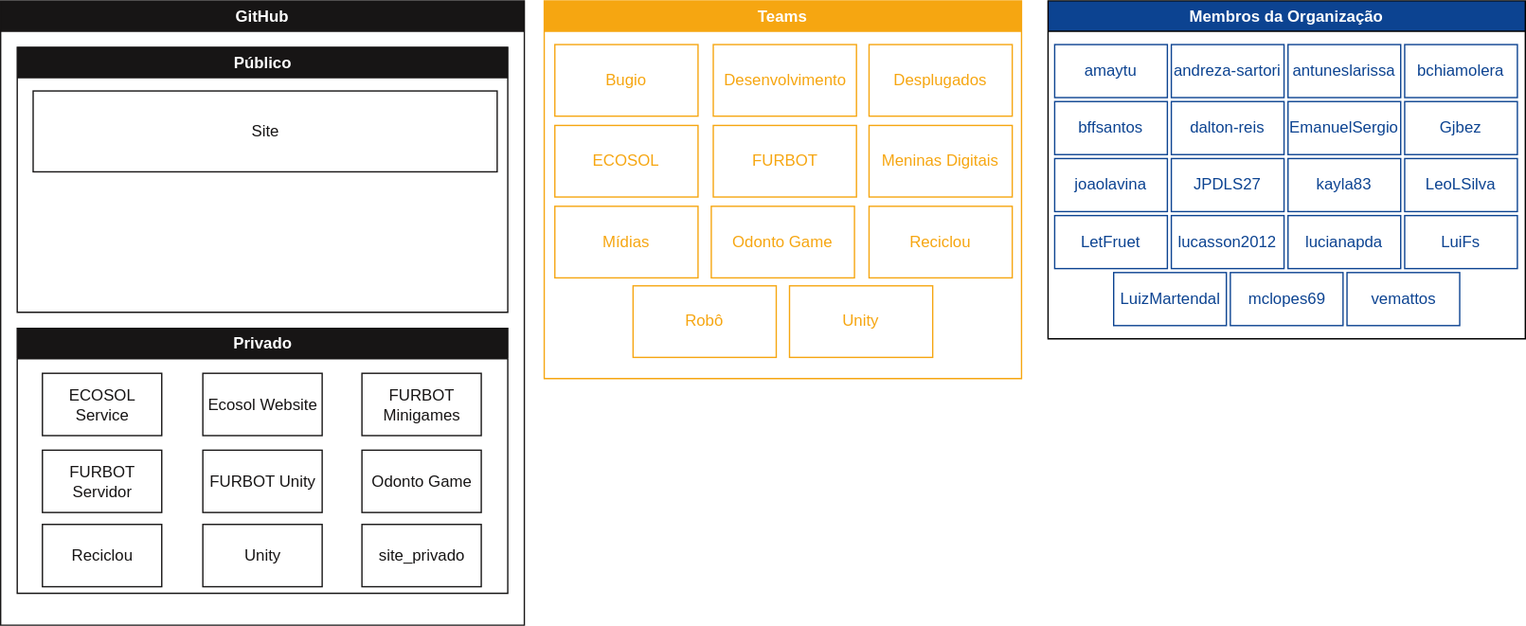
Above: organograma.drawio.svg in LDTTFURB/site (draw.io), before the change. Source tidied: cells renumbered, new cells last; positions are measured from the earlier drawing's top-left corner, leaving out a move shared by most shapes.
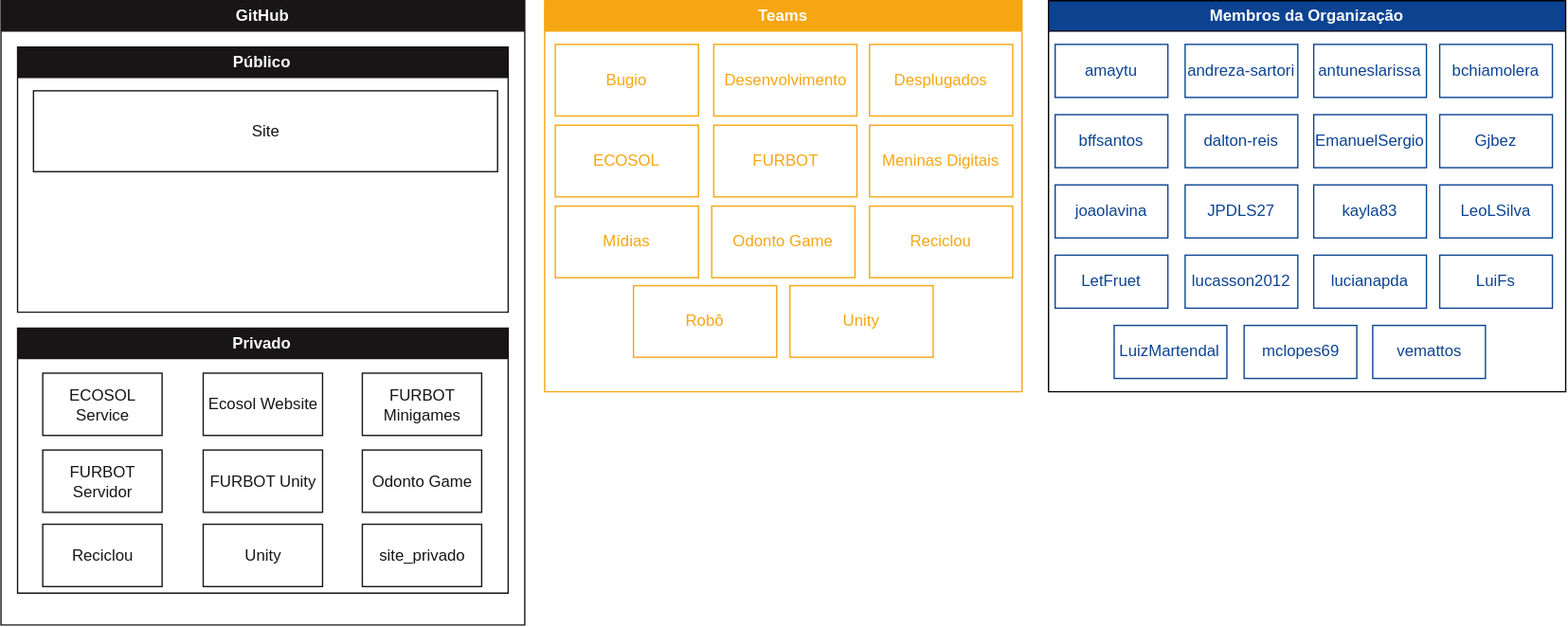
Later version of the same file.

What changed in the source:
```diff
@@ -42,67 +42,64 @@
       <mxGeometry x="260" y="148" width="90" height="47" as="geometry" />
     </mxCell>
     <mxCell id="15" value="&lt;font color=&quot;#ffffff&quot;&gt;Membros da Organização&lt;/font&gt;" style="swimlane;whiteSpace=wrap;html=1;fillColor=#0c4391;" parent="1" vertex="1">
-      <mxGeometry x="790" width="360" height="255" as="geometry" />
+      <mxGeometry x="790" width="390" height="295" as="geometry" />
     </mxCell>
     <mxCell id="16" value="&lt;font color=&quot;#0c4391&quot;&gt;amaytu&lt;/font&gt;" style="whiteSpace=wrap;html=1;strokeColor=#0c4391;fillColor=#FFFFFF;" parent="15" vertex="1">
       <mxGeometry x="5" y="33" width="85" height="40" as="geometry" />
     </mxCell>
     <mxCell id="17" value="&lt;div&gt;&lt;font color=&quot;#0c4391&quot;&gt;andreza-sartori&lt;/font&gt;&lt;/div&gt;" style="whiteSpace=wrap;html=1;strokeColor=#0c4391;gradientColor=none;fillColor=#FFFFFF;" parent="15" vertex="1">
-      <mxGeometry x="93" y="33" width="85" height="40" as="geometry" />
+      <mxGeometry x="103" y="33" width="85" height="40" as="geometry" />
     </mxCell>
     <mxCell id="18" value="&lt;div&gt;&lt;font color=&quot;#0c4391&quot;&gt;antuneslarissa&lt;/font&gt;&lt;/div&gt;" style="whiteSpace=wrap;html=1;strokeColor=#0c4391;fillColor=#FFFFFF;" parent="15" vertex="1">
-      <mxGeometry x="181" y="33" width="85" height="40" as="geometry" />
+      <mxGeometry x="200" y="33" width="85" height="40" as="geometry" />
     </mxCell>
     <mxCell id="19" value="&lt;div&gt;&lt;font color=&quot;#0c4391&quot;&gt;bchiamolera&lt;/font&gt;&lt;/div&gt;" style="whiteSpace=wrap;html=1;strokeColor=#0c4391;fillColor=#FFFFFF;" parent="15" vertex="1">
-      <mxGeometry x="269" y="33" width="85" height="40" as="geometry" />
+      <mxGeometry x="295" y="33" width="85" height="40" as="geometry" />
     </mxCell>
     <mxCell id="20" value="&lt;div&gt;&lt;font color=&quot;#0c4391&quot;&gt;bffsantos&lt;/font&gt;&lt;/div&gt;" style="whiteSpace=wrap;html=1;strokeColor=#0c4391;fillColor=#FFFFFF;" parent="15" vertex="1">
-      <mxGeometry x="5" y="76" width="85" height="40" as="geometry" />
+      <mxGeometry x="5" y="86" width="85" height="40" as="geometry" />
     </mxCell>
     <mxCell id="21" value="&lt;div&gt;&lt;font color=&quot;#0c4391&quot;&gt;dalton-reis&lt;/font&gt;&lt;/div&gt;" style="whiteSpace=wrap;html=1;strokeColor=#0c4391;fillColor=#FFFFFF;" parent="15" vertex="1">
-      <mxGeometry x="93" y="76" width="85" height="40" as="geometry" />
+      <mxGeometry x="103" y="86" width="85" height="40" as="geometry" />
     </mxCell>
     <mxCell id="22" value="&lt;div&gt;&lt;font color=&quot;#0c4391&quot;&gt;EmanuelSergio&lt;/font&gt;&lt;/div&gt;" style="whiteSpace=wrap;html=1;strokeColor=#0c4391;fillColor=#FFFFFF;" parent="15" vertex="1">
-      <mxGeometry x="181" y="76" width="85" height="40" as="geometry" />
+      <mxGeometry x="200" y="86" width="85" height="40" as="geometry" />
     </mxCell>
     <mxCell id="23" value="&lt;div&gt;&lt;font color=&quot;#0c4391&quot;&gt;Gjbez&lt;/font&gt;&lt;/div&gt;" style="whiteSpace=wrap;html=1;strokeColor=#0c4391;fillColor=#FFFFFF;" parent="15" vertex="1">
-      <mxGeometry x="269" y="76" width="85" height="40" as="geometry" />
+      <mxGeometry x="295" y="86" width="85" height="40" as="geometry" />
     </mxCell>
     <mxCell id="24" value="&lt;div&gt;&lt;font color=&quot;#0c4391&quot;&gt;joaolavina&lt;/font&gt;&lt;/div&gt;" style="whiteSpace=wrap;html=1;strokeColor=#0c4391;fillColor=#FFFFFF;" parent="15" vertex="1">
-      <mxGeometry x="5" y="119" width="85" height="40" as="geometry" />
+      <mxGeometry x="5" y="139" width="85" height="40" as="geometry" />
     </mxCell>
     <mxCell id="25" value="&lt;span style=&quot;color: rgb(12, 67, 145);&quot;&gt;kayla83&lt;/span&gt;" style="whiteSpace=wrap;html=1;strokeColor=#0c4391;fillColor=#FFFFFF;" parent="15" vertex="1">
-      <mxGeometry x="181" y="119" width="85" height="40" as="geometry" />
+      <mxGeometry x="200" y="139" width="85" height="40" as="geometry" />
     </mxCell>
     <mxCell id="26" value="&lt;span style=&quot;color: rgb(12, 67, 145);&quot;&gt;LeoLSilva&lt;/span&gt;" style="whiteSpace=wrap;html=1;strokeColor=#0c4391;fillColor=#FFFFFF;" parent="15" vertex="1">
-      <mxGeometry x="269" y="119" width="85" height="40" as="geometry" />
+      <mxGeometry x="295" y="139" width="85" height="40" as="geometry" />
     </mxCell>
     <mxCell id="27" value="&lt;span style=&quot;color: rgb(12, 67, 145);&quot;&gt;LetFruet&lt;/span&gt;" style="whiteSpace=wrap;html=1;strokeColor=#0c4391;fillColor=#FFFFFF;" parent="15" vertex="1">
-      <mxGeometry x="5" y="162" width="85" height="40" as="geometry" />
+      <mxGeometry x="5" y="192" width="85" height="40" as="geometry" />
     </mxCell>
     <mxCell id="28" value="&lt;span style=&quot;color: rgb(12, 67, 145);&quot;&gt;lucasson2012&lt;/span&gt;" style="whiteSpace=wrap;html=1;strokeColor=#0c4391;fillColor=#FFFFFF;" parent="15" vertex="1">
-      <mxGeometry x="93" y="162" width="85" height="40" as="geometry" />
+      <mxGeometry x="103" y="192" width="85" height="40" as="geometry" />
     </mxCell>
     <mxCell id="29" value="&lt;span style=&quot;color: rgb(12, 67, 145);&quot;&gt;LuiFs&lt;/span&gt;" style="whiteSpace=wrap;html=1;strokeColor=#0c4391;fillColor=#FFFFFF;" parent="15" vertex="1">
-      <mxGeometry x="269" y="162" width="85" height="40" as="geometry" />
+      <mxGeometry x="295" y="192" width="85" height="40" as="geometry" />
     </mxCell>
     <mxCell id="30" value="&lt;div&gt;&lt;font color=&quot;#0c4391&quot;&gt;LuizMartendal&lt;/font&gt;&lt;/div&gt;" style="whiteSpace=wrap;html=1;strokeColor=#0c4391;fillColor=#FFFFFF;" parent="15" vertex="1">
-      <mxGeometry x="49.5" y="205" width="85" height="40" as="geometry" />
+      <mxGeometry x="49.5" y="245" width="85" height="40" as="geometry" />
     </mxCell>
     <mxCell id="31" value="&lt;div&gt;&lt;font color=&quot;#0c4391&quot;&gt;mclopes69&lt;/font&gt;&lt;/div&gt;" style="whiteSpace=wrap;html=1;strokeColor=#0c4391;fillColor=#FFFFFF;" parent="15" vertex="1">
-      <mxGeometry x="137.5" y="205" width="85" height="40" as="geometry" />
+      <mxGeometry x="147.5" y="245" width="85" height="40" as="geometry" />
     </mxCell>
     <mxCell id="32" value="&lt;div&gt;&lt;font color=&quot;#0c4391&quot;&gt;vemattos&lt;/font&gt;&lt;/div&gt;" style="whiteSpace=wrap;html=1;strokeColor=#0c4391;fillColor=#FFFFFF;" parent="15" vertex="1">
-      <mxGeometry x="225.5" y="205" width="85" height="40" as="geometry" />
+      <mxGeometry x="244.5" y="245" width="85" height="40" as="geometry" />
     </mxCell>
     <mxCell id="33" value="&lt;div&gt;&lt;font color=&quot;#0c4391&quot;&gt;JPDLS27&lt;/font&gt;&lt;/div&gt;" style="whiteSpace=wrap;html=1;strokeColor=#0c4391;fillColor=#FFFFFF;" parent="15" vertex="1">
-      <mxGeometry x="93" y="119" width="85" height="40" as="geometry" />
+      <mxGeometry x="103" y="139" width="85" height="40" as="geometry" />
     </mxCell>
-    <mxCell id="34" value="&lt;span style=&quot;color: rgb(12, 67, 145);&quot;&gt;lucianapda&lt;/span&gt;" style="whiteSpace=wrap;html=1;strokeColor=#0c4391;fillColor=#FFFFFF;" parent="15" vertex="1">
-      <mxGeometry x="181" y="162" width="85" height="40" as="geometry" />
-    </mxCell>
     <mxCell id="35" value="&lt;font color=&quot;#ffffff&quot;&gt;Teams&lt;/font&gt;" style="swimlane;whiteSpace=wrap;html=1;fillColor=#F6A611;startSize=23;strokeColor=#F6A611;" parent="1" vertex="1">
-      <mxGeometry x="410" width="360" height="285" as="geometry" />
+      <mxGeometry x="410" width="360" height="295" as="geometry" />
     </mxCell>
     <mxCell id="36" value="&lt;font color=&quot;#f6a611&quot;&gt;ECOSOL&lt;/font&gt;" style="rounded=0;whiteSpace=wrap;html=1;strokeColor=#F6A611;fillColor=#FFFFFF;" parent="35" vertex="1">
       <mxGeometry x="8" y="94" width="108" height="54" as="geometry" />
@@ -137,5 +134,8 @@
     <mxCell id="46" value="&lt;font color=&quot;#f6a611&quot;&gt;Reciclou&lt;/font&gt;" style="rounded=0;whiteSpace=wrap;html=1;strokeColor=#F6A611;fillColor=#FFFFFF;" parent="35" vertex="1">
       <mxGeometry x="245" y="155" width="108" height="54" as="geometry" />
     </mxCell>
+    <mxCell id="34" value="&lt;span style=&quot;color: rgb(12, 67, 145);&quot;&gt;lucianapda&lt;/span&gt;" style="whiteSpace=wrap;html=1;strokeColor=#0c4391;fillColor=#FFFFFF;" parent="1" vertex="1">
+      <mxGeometry x="990" y="192" width="85" height="40" as="geometry" />
+    </mxCell>
   </root>
 </mxGraphModel>
```
